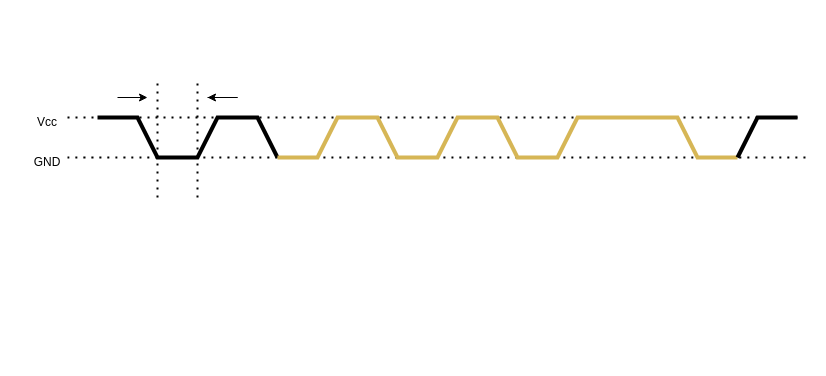
niusama2/papper_chart keeps this draw.io diagram as DHT11总线.drawio. Above is the earlier version. Source tidied: cells renumbered, new cells numbered last; positions are measured from the earlier drawing's top-left corner, leaving out a move shared by most shapes. Both pictures are drawn from the tidied source at 100%, with x=0, y=0 at pixel (17, 77).
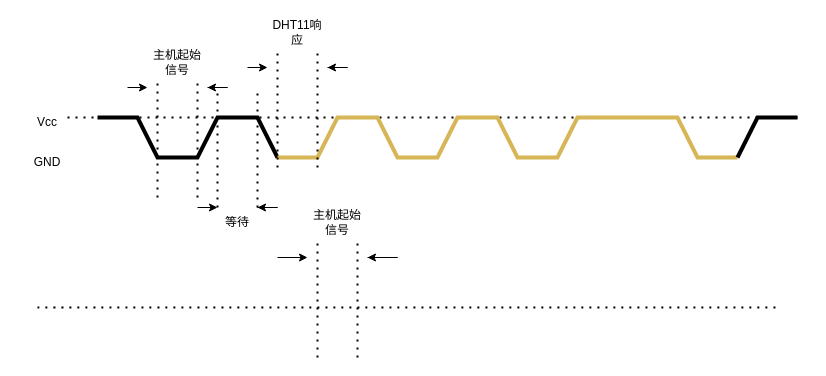
The same diagram, later.

Diff of the diagram source:
```diff
@@
     <mxCell id="3" style="endArrow=none;dashed=1;html=1;dashPattern=1 3;strokeWidth=2;rounded=0;edgeStyle=orthogonalEdgeStyle;curved=1;" parent="1" edge="1">
       <mxGeometry relative="1" as="geometry">
-        <mxPoint x="50" y="80" as="sourcePoint" />
-        <mxPoint x="790" y="80" as="targetPoint" />
+        <mxPoint x="20" y="230" as="sourcePoint" />
+        <mxPoint x="760" y="230" as="targetPoint" />
       </mxGeometry>
     </mxCell>
@@
     <mxCell id="11" style="endArrow=classic;html=1;rounded=0;" parent="1" edge="1">
       <mxGeometry relative="1" as="geometry">
-        <mxPoint x="100" y="20" as="sourcePoint" />
-        <mxPoint x="130" y="20" as="targetPoint" />
+        <mxPoint x="110" y="10" as="sourcePoint" />
+        <mxPoint x="130" y="10" as="targetPoint" />
       </mxGeometry>
     </mxCell>
     <mxCell id="12" style="endArrow=classic;html=1;rounded=0;" parent="1" edge="1">
       <mxGeometry relative="1" as="geometry">
-        <mxPoint x="190" y="20" as="sourcePoint" />
-        <mxPoint x="190" y="20" as="targetPoint" />
+        <mxPoint x="190" y="10" as="sourcePoint" />
+        <mxPoint x="190" y="10" as="targetPoint" />
         <Array as="points">
-          <mxPoint x="220" y="20" />
+          <mxPoint x="210" y="10" />
         </Array>
       </mxGeometry>
     </mxCell>
+    <mxCell id="13" value="主机起始信号" style="text;html=1;align=center;verticalAlign=middle;whiteSpace=wrap;rounded=0;" parent="1" vertex="1">
+      <mxGeometry x="130" y="-30" width="60" height="30" as="geometry" />
+    </mxCell>
+    <mxCell id="14" style="endArrow=none;dashed=1;html=1;dashPattern=1 3;strokeWidth=2;rounded=0;" parent="1" edge="1">
+      <mxGeometry relative="1" as="geometry">
+        <mxPoint x="200" y="130" as="sourcePoint" />
+        <mxPoint x="200" y="10" as="targetPoint" />
+      </mxGeometry>
+    </mxCell>
+    <mxCell id="15" style="endArrow=none;dashed=1;html=1;dashPattern=1 3;strokeWidth=2;rounded=0;" parent="1" edge="1">
+      <mxGeometry relative="1" as="geometry">
+        <mxPoint x="240" y="130" as="sourcePoint" />
+        <mxPoint x="240" y="10" as="targetPoint" />
+      </mxGeometry>
+    </mxCell>
+    <mxCell id="16" style="endArrow=classic;html=1;rounded=0;" parent="1" edge="1">
+      <mxGeometry relative="1" as="geometry">
+        <mxPoint x="180" y="130" as="sourcePoint" />
+        <mxPoint x="200" y="130" as="targetPoint" />
+      </mxGeometry>
+    </mxCell>
+    <mxCell id="17" style="endArrow=classic;html=1;rounded=0;" parent="1" edge="1">
+      <mxGeometry relative="1" as="geometry">
+        <mxPoint x="240" y="130" as="sourcePoint" />
+        <mxPoint x="240" y="130" as="targetPoint" />
+        <Array as="points">
+          <mxPoint x="260" y="130" />
+        </Array>
+      </mxGeometry>
+    </mxCell>
+    <mxCell id="18" value="等待" style="text;html=1;align=center;verticalAlign=middle;whiteSpace=wrap;rounded=0;" parent="1" vertex="1">
+      <mxGeometry x="190" y="130" width="60" height="30" as="geometry" />
+    </mxCell>
+    <mxCell id="19" style="group;" parent="1" vertex="1">
+      <mxGeometry x="260" y="130" width="120" height="150" as="geometry" />
+    </mxCell>
+    <mxCell id="20" style="endArrow=none;dashed=1;html=1;dashPattern=1 3;strokeWidth=2;rounded=0;" parent="19" edge="1">
+      <mxGeometry relative="1" as="geometry">
+        <mxPoint x="40" y="150" as="sourcePoint" />
+        <mxPoint x="40" y="30" as="targetPoint" />
+      </mxGeometry>
+    </mxCell>
+    <mxCell id="21" style="endArrow=none;dashed=1;html=1;dashPattern=1 3;strokeWidth=2;rounded=0;" parent="19" edge="1">
+      <mxGeometry relative="1" as="geometry">
+        <mxPoint x="80" y="150" as="sourcePoint" />
+        <mxPoint x="80" y="30" as="targetPoint" />
+      </mxGeometry>
+    </mxCell>
+    <mxCell id="22" style="endArrow=classic;html=1;rounded=0;" parent="19" edge="1">
+      <mxGeometry relative="1" as="geometry">
+        <mxPoint y="50" as="sourcePoint" />
+        <mxPoint x="30" y="50" as="targetPoint" />
+      </mxGeometry>
+    </mxCell>
+    <mxCell id="23" style="endArrow=classic;html=1;rounded=0;" parent="19" edge="1">
+      <mxGeometry relative="1" as="geometry">
+        <mxPoint x="90" y="50" as="sourcePoint" />
+        <mxPoint x="90" y="50" as="targetPoint" />
+        <Array as="points">
+          <mxPoint x="120" y="50" />
+        </Array>
+      </mxGeometry>
+    </mxCell>
+    <mxCell id="24" value="主机起始信号" style="text;html=1;align=center;verticalAlign=middle;whiteSpace=wrap;rounded=0;" parent="19" vertex="1">
+      <mxGeometry x="30" width="60" height="30" as="geometry" />
+    </mxCell>
+    <mxCell id="25" style="endArrow=none;dashed=1;html=1;dashPattern=1 3;strokeWidth=2;rounded=0;" parent="1" edge="1">
+      <mxGeometry relative="1" as="geometry">
+        <mxPoint x="260" y="90" as="sourcePoint" />
+        <mxPoint x="260" y="-30" as="targetPoint" />
+      </mxGeometry>
+    </mxCell>
+    <mxCell id="26" style="endArrow=none;dashed=1;html=1;dashPattern=1 3;strokeWidth=2;rounded=0;" parent="1" edge="1">
+      <mxGeometry relative="1" as="geometry">
+        <mxPoint x="300" y="90" as="sourcePoint" />
+        <mxPoint x="300" y="-30" as="targetPoint" />
+      </mxGeometry>
+    </mxCell>
+    <mxCell id="27" style="endArrow=classic;html=1;rounded=0;" parent="1" edge="1">
+      <mxGeometry relative="1" as="geometry">
+        <mxPoint x="230" y="-10" as="sourcePoint" />
+        <mxPoint x="250" y="-10" as="targetPoint" />
+      </mxGeometry>
+    </mxCell>
+    <mxCell id="28" style="endArrow=classic;html=1;rounded=0;" parent="1" edge="1">
+      <mxGeometry relative="1" as="geometry">
+        <mxPoint x="310" y="-10" as="sourcePoint" />
+        <mxPoint x="310" y="-10" as="targetPoint" />
+        <Array as="points">
+          <mxPoint x="330" y="-10" />
+        </Array>
+      </mxGeometry>
+    </mxCell>
+    <mxCell id="29" value="DHT11响应" style="text;html=1;align=center;verticalAlign=middle;whiteSpace=wrap;rounded=0;" parent="1" vertex="1">
+      <mxGeometry x="250" y="-60" width="60" height="30" as="geometry" />
+    </mxCell>
```
